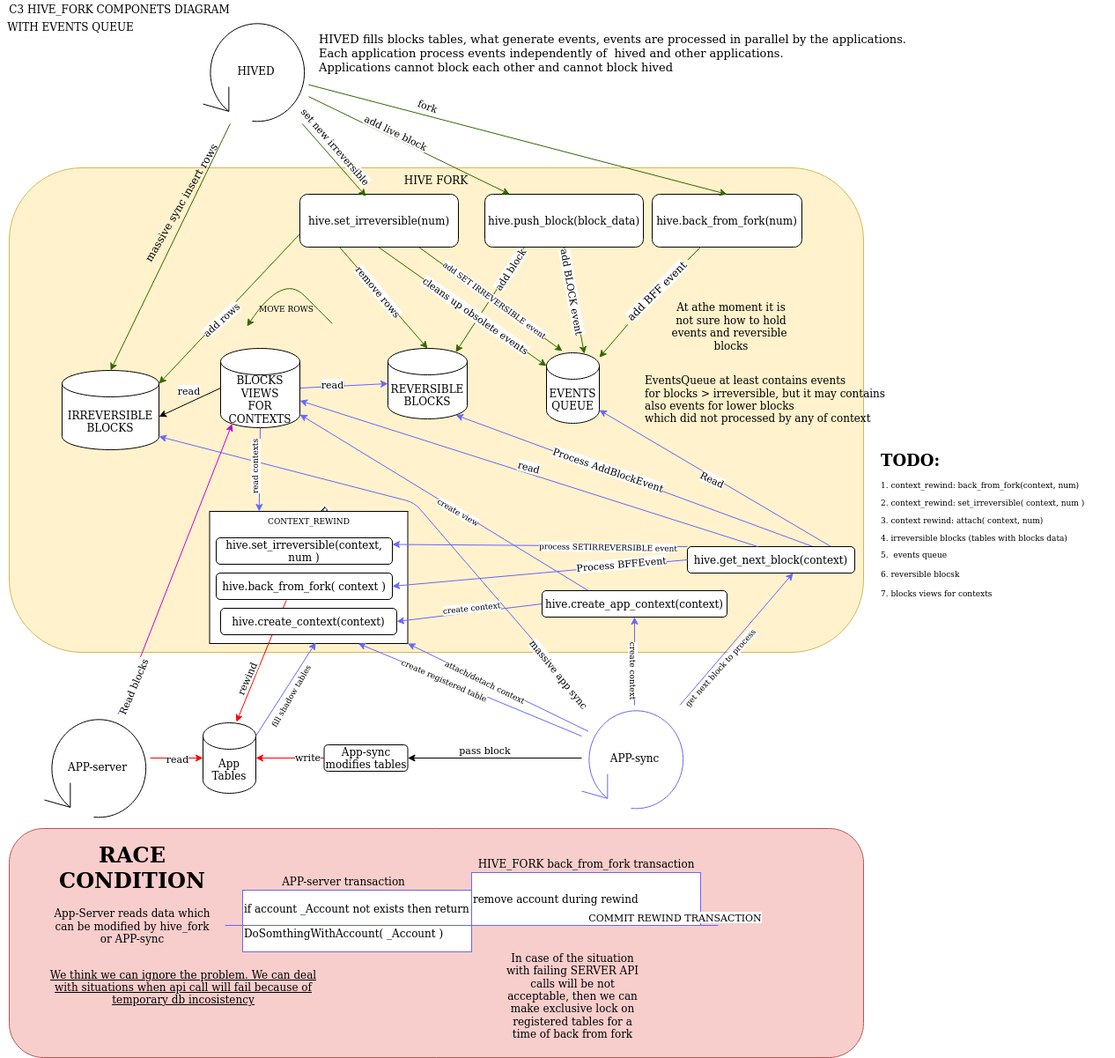
Above: doc/evq_c3.png in openhive-network/HAfAH (draw.io), before the change. Source tidied: cells renumbered, new cells last; positions are measured from the earlier drawing's top-left corner, leaving out a move shared by most shapes.
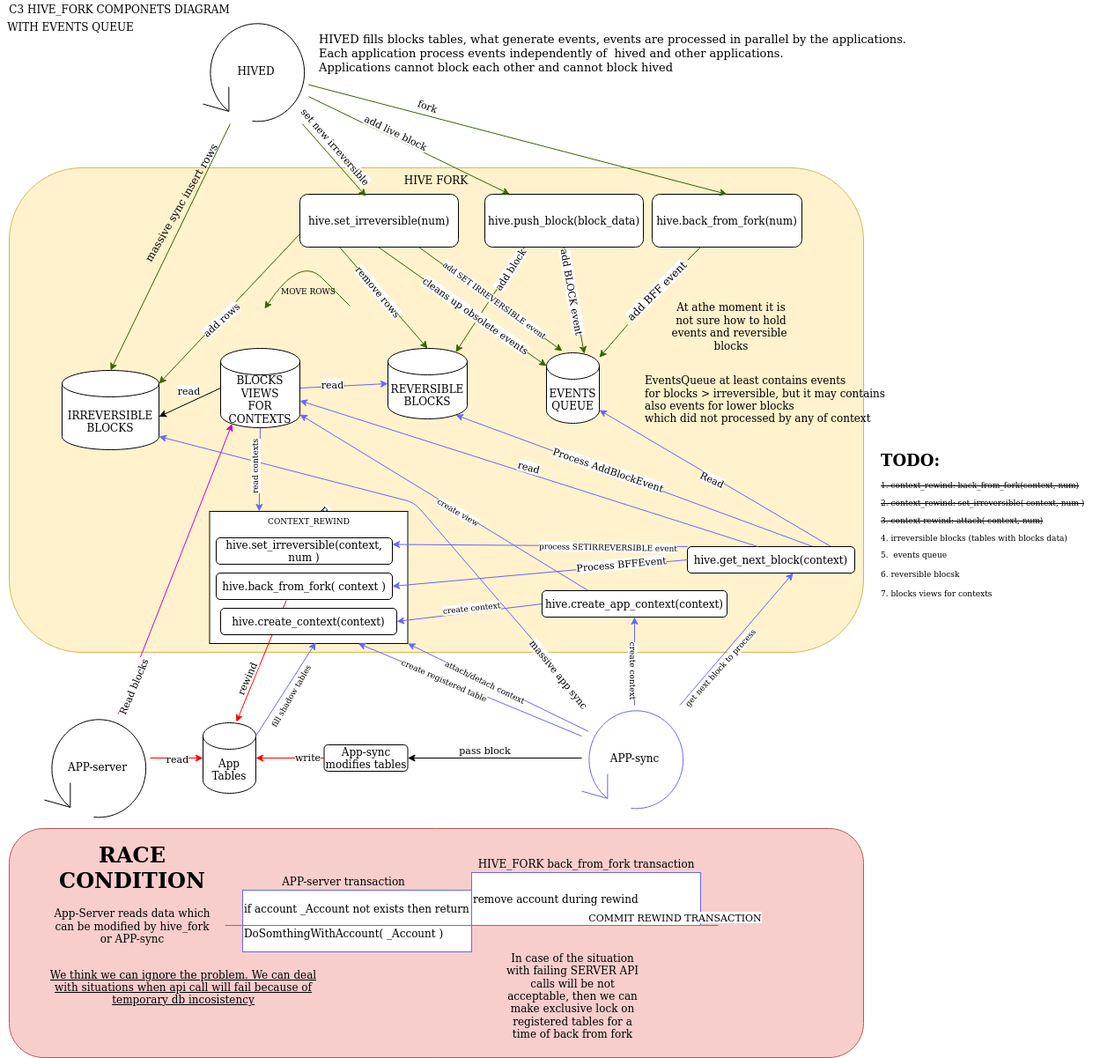
The same file after the commit.

Commit message:
attach context for given block num

What changed in the source:
```diff
@@ -281,19 +281,8 @@
     <mxCell id="76" value="massive sync insert rows" style="text;html=1;align=center;verticalAlign=middle;strokeColor=none;rotation=-60;" parent="1" vertex="1">
       <mxGeometry x="120" y="220" width="170" height="20" as="geometry" />
     </mxCell>
-    <mxCell id="77" style="curved=1;endArrow=classic;html=1;strokeColor=#336600;" parent="1" edge="1">
-      <mxGeometry relative="1" as="geometry">
-        <mxPoint x="370" y="360" as="sourcePoint" />
-        <mxPoint x="280" y="370" as="targetPoint" />
-        <Array as="points">
-          <mxPoint x="380" y="370" />
-          <mxPoint x="370" y="360" />
-          <mxPoint x="320" y="310" />
-        </Array>
-      </mxGeometry>
-    </mxCell>
     <mxCell id="78" value="MOVE ROWS" style="text;html=1;strokeColor=none;fillColor=none;align=center;verticalAlign=middle;whiteSpace=wrap;rounded=0;labelBackgroundColor=none;fontSize=9;" parent="1" vertex="1">
-      <mxGeometry x="280" y="340" width="90" height="20" as="geometry" />
+      <mxGeometry x="305" y="320" width="90" height="20" as="geometry" />
     </mxCell>
     <mxCell id="79" value="CONTEXT_REWIND" style="rounded=0;whiteSpace=wrap;html=1;labelBackgroundColor=none;fontSize=9;verticalAlign=top;" parent="1" vertex="1">
       <mxGeometry x="237.5" y="580" width="225" height="150" as="geometry" />
@@ -378,7 +367,7 @@
     <mxCell id="101" style="edgeStyle=none;rounded=0;jettySize=auto;html=1;strokeColor=#336600;endArrow=none;" parent="1" edge="1" source="15" target="100">
       <mxGeometry relative="1" as="geometry" />
     </mxCell>
-    <mxCell id="102" value="&lt;h1&gt;TODO:&lt;/h1&gt;&lt;p&gt;1. context_rewind: back_from_fork(context, num)&lt;br&gt;&lt;/p&gt;&lt;p&gt;2. context_rewind: set_irreversible( context, num )&lt;/p&gt;&lt;p&gt;3. context rewind: attach( context, num)&lt;br&gt;&lt;/p&gt;&lt;p&gt;4. irreversible blocks (tables with blocks data)&lt;br&gt;&lt;/p&gt;&lt;div&gt;5.&amp;nbsp; events queue&lt;/div&gt;&lt;div&gt;&lt;br&gt;&lt;/div&gt;&lt;div&gt;6. reversible blocsk&lt;/div&gt;&lt;div&gt;&lt;br&gt;&lt;/div&gt;&lt;div&gt;7. blocks views for contexts&lt;br&gt;&lt;/div&gt;" style="text;html=1;strokeColor=none;fillColor=none;spacing=5;spacingTop=-20;whiteSpace=wrap;overflow=hidden;rounded=0;labelBackgroundColor=#ffffff;fontSize=9;fontColor=#000000;" parent="1" vertex="1">
+    <mxCell id="102" value="&lt;h1&gt;TODO:&lt;/h1&gt;&lt;p&gt;&lt;strike&gt;1. context_rewind: back_from_fork(context, num)&lt;/strike&gt;&lt;br&gt;&lt;/p&gt;&lt;p&gt;&lt;strike&gt;2. context_rewind: set_irreversible( context, num )&lt;/strike&gt;&lt;/p&gt;&lt;p&gt;&lt;strike&gt;3. context rewind: attach( context, num)&lt;/strike&gt;&lt;br&gt;&lt;/p&gt;&lt;p&gt;4. irreversible blocks (tables with blocks data)&lt;br&gt;&lt;/p&gt;&lt;div&gt;5.&amp;nbsp; events queue&lt;/div&gt;&lt;div&gt;&lt;br&gt;&lt;/div&gt;&lt;div&gt;6. reversible blocsk&lt;/div&gt;&lt;div&gt;&lt;br&gt;&lt;/div&gt;&lt;div&gt;7. blocks views for contexts&lt;br&gt;&lt;/div&gt;" style="text;html=1;strokeColor=none;fillColor=none;spacing=5;spacingTop=-20;whiteSpace=wrap;overflow=hidden;rounded=0;labelBackgroundColor=#ffffff;fontSize=9;fontColor=#000000;" parent="1" vertex="1">
       <mxGeometry x="995" y="510" width="270" height="190" as="geometry" />
     </mxCell>
     <mxCell id="103" style="endArrow=classic;html=1;fontSize=9;fontColor=#000000;strokeColor=#6666FF;entryX=1;entryY=1;entryDx=0;entryDy=0;" parent="1" edge="1" target="79">
@@ -392,5 +381,16 @@
     <mxCell id="105" value="&lt;div style=&quot;font-size: 13px&quot;&gt;HIVED fills blocks tables, what generate events, events are processed in parallel by the applications.&lt;/div&gt;&lt;div style=&quot;font-size: 13px&quot;&gt;Each application process events independently of&amp;nbsp; hived and other applications.&lt;/div&gt;&lt;div style=&quot;font-size: 13px&quot;&gt;Applications cannot block each other and cannot block hived&lt;br style=&quot;font-size: 13px&quot;&gt;&lt;/div&gt;" style="text;html=1;align=left;verticalAlign=middle;strokeColor=none;fontSize=13;fontColor=#000000;" parent="1" vertex="1">
       <mxGeometry x="360" y="35" width="680" height="50" as="geometry" />
     </mxCell>
+    <mxCell id="106" style="curved=1;endArrow=classic;html=1;strokeColor=#336600;" parent="1" edge="1">
+      <mxGeometry relative="1" as="geometry">
+        <mxPoint x="390" y="340" as="sourcePoint" />
+        <mxPoint x="300" y="350" as="targetPoint" />
+        <Array as="points">
+          <mxPoint x="400" y="350" />
+          <mxPoint x="390" y="340" />
+          <mxPoint x="340" y="290" />
+        </Array>
+      </mxGeometry>
+    </mxCell>
   </root>
 </mxGraphModel>
```
